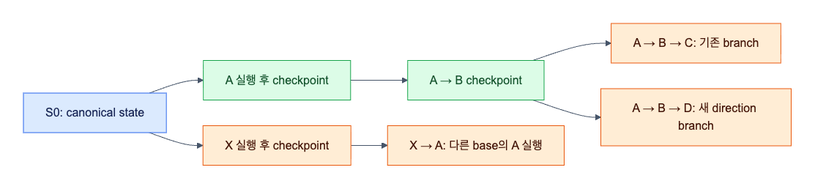
Above: assets/diagrams/diagram-17.png in djm07073/baton-research (Mermaid), before the change. Its source is kept beside it as assets/diagrams/diagram-17.mmd. Source of this version:
```mermaid
flowchart LR
    S[S0: canonical state] --> A[A 실행 후 checkpoint]
    A --> AB[A → B checkpoint]
    AB --> ABC[A → B → C: 기존 branch]
    AB --> ABD[A → B → D: 새 direction branch]
    S --> X[X 실행 후 checkpoint]
    X --> XA[X → A: 다른 base의 A 실행]
    classDef canonical fill:#dbeafe,stroke:#2563eb,color:#172554;
    classDef reuse fill:#dcfce7,stroke:#16a34a,color:#14532d;
    classDef pending fill:#ffedd5,stroke:#ea580c,color:#431407;
    class S canonical;
    class A,AB reuse;
    class ABC,ABD,X,XA pending;
```
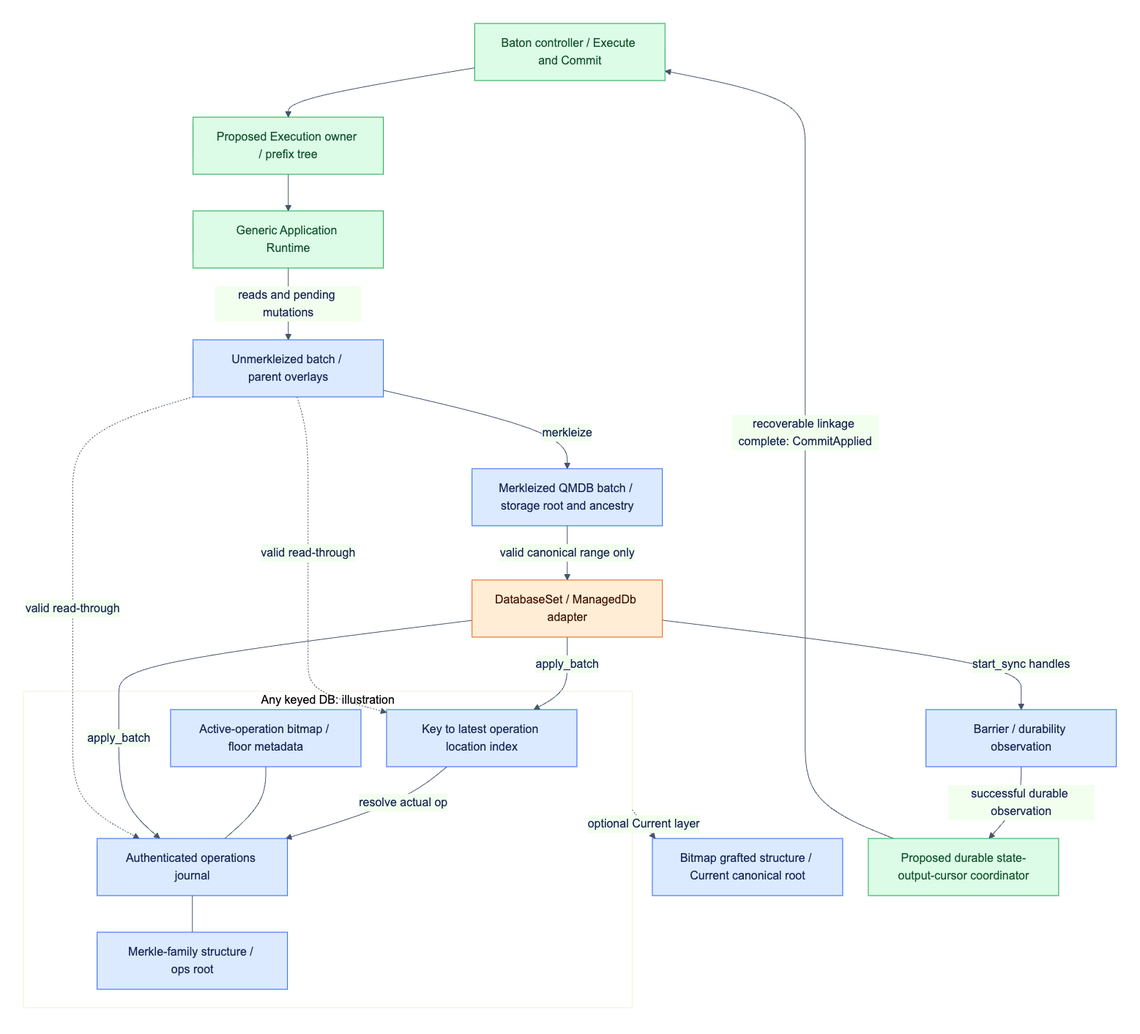
Above is the later version.

Change to the diagram source:
```diff
@@ -1,13 +1,29 @@
-flowchart LR
-    S[S0: canonical state] --> A[A 실행 후 checkpoint]
-    A --> AB[A → B checkpoint]
-    AB --> ABC[A → B → C: 기존 branch]
-    AB --> ABD[A → B → D: 새 direction branch]
-    S --> X[X 실행 후 checkpoint]
-    X --> XA[X → A: 다른 base의 A 실행]
-    classDef canonical fill:#dbeafe,stroke:#2563eb,color:#172554;
-    classDef reuse fill:#dcfce7,stroke:#16a34a,color:#14532d;
-    classDef pending fill:#ffedd5,stroke:#ea580c,color:#431407;
-    class S canonical;
-    class A,AB reuse;
-    class ABC,ABD,X,XA pending;
+flowchart TB
+    B[Baton controller / Execute and Commit] --> O[Proposed Execution owner / prefix tree]
+    O --> R[Generic Application Runtime]
+    R -->|reads and pending mutations| U[Unmerkleized batch / parent overlays]
+    U -->|merkleize| K[Merkleized QMDB batch / storage root and ancestry]
+    K -->|valid canonical range only| D[DatabaseSet / ManagedDb adapter]
+    subgraph Q[Any keyed DB: illustration]
+        I[Key to latest operation location index]
+        L[Authenticated operations journal]
+        M[Merkle-family structure / ops root]
+        A[Active-operation bitmap / floor metadata]
+        I -->|resolve actual op| L
+        L --- M
+        A --- L
+    end
+    D -->|apply_batch| I
+    D -->|apply_batch| L
+    U -. valid read-through .-> I
+    U -. valid read-through .-> L
+    Q -. optional Current layer .-> C[Bitmap grafted structure / Current canonical root]
+    D -->|start_sync handles| F[Barrier / durability observation]
+    F -->|successful durable observation| J[Proposed durable state-output-cursor coordinator]
+    J -->|recoverable linkage complete: CommitApplied| B
+    classDef reuse fill:#dbeafe,stroke:#2563eb,color:#172554;
+    classDef adapt fill:#ffedd5,stroke:#ea580c,color:#431407;
+    classDef fresh fill:#dcfce7,stroke:#16a34a,color:#14532d;
+    class U,K,I,L,M,A,C,F reuse;
+    class D adapt;
+    class B,O,R,J fresh;
```
